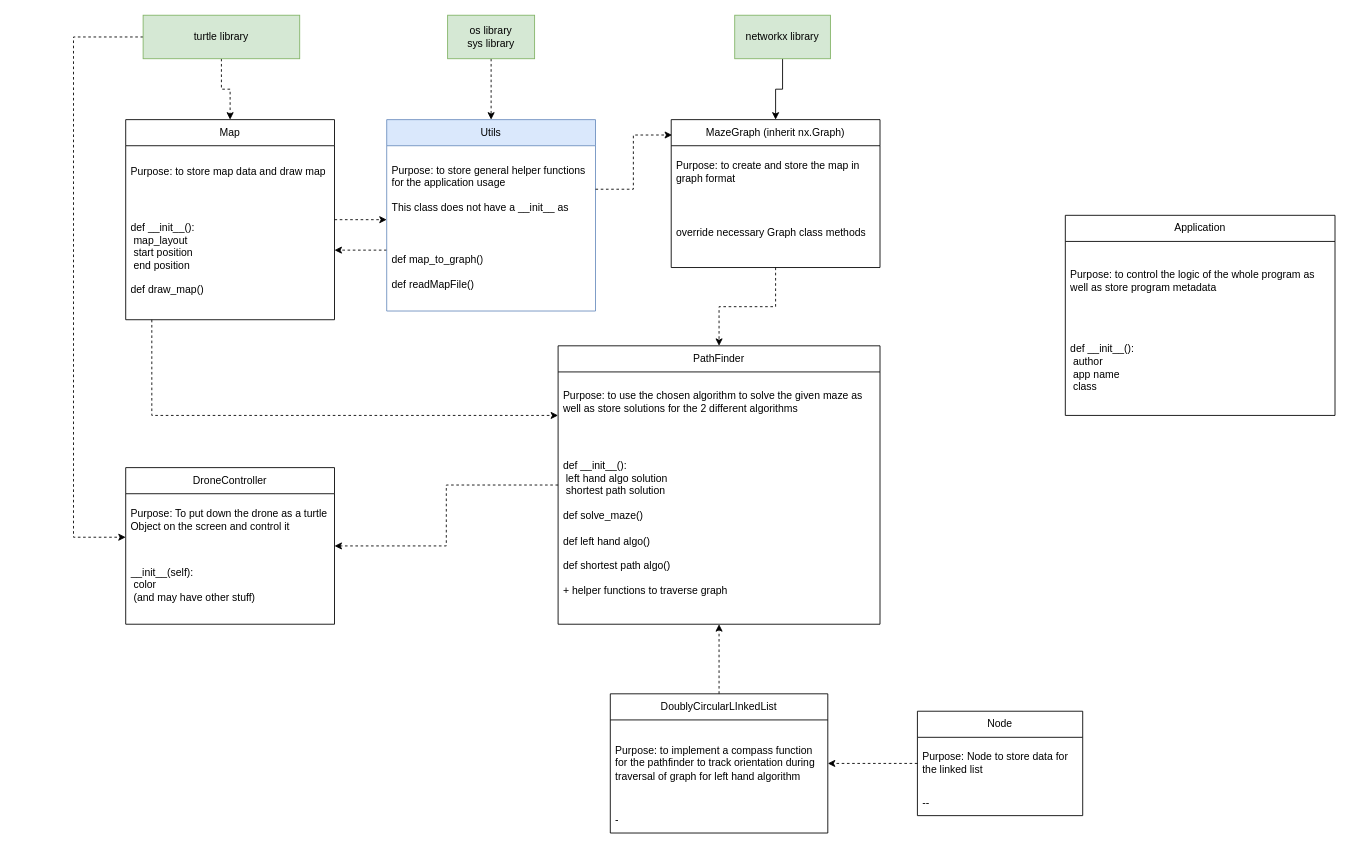
This is page "Class Design" (1 of 3) of diagrams/program_diagrams.drawio from junnjiee16/ST1507-DSAA-Maze-Solver, a draw.io file, before an edit. Source tidied: cells renumbered, new cells numbered last; positions are measured from the earlier drawing's top-left corner, leaving out a move shared by most shapes. Both pictures are drawn from the tidied source at 87%, with x=0, y=0 at pixel (73, 15).
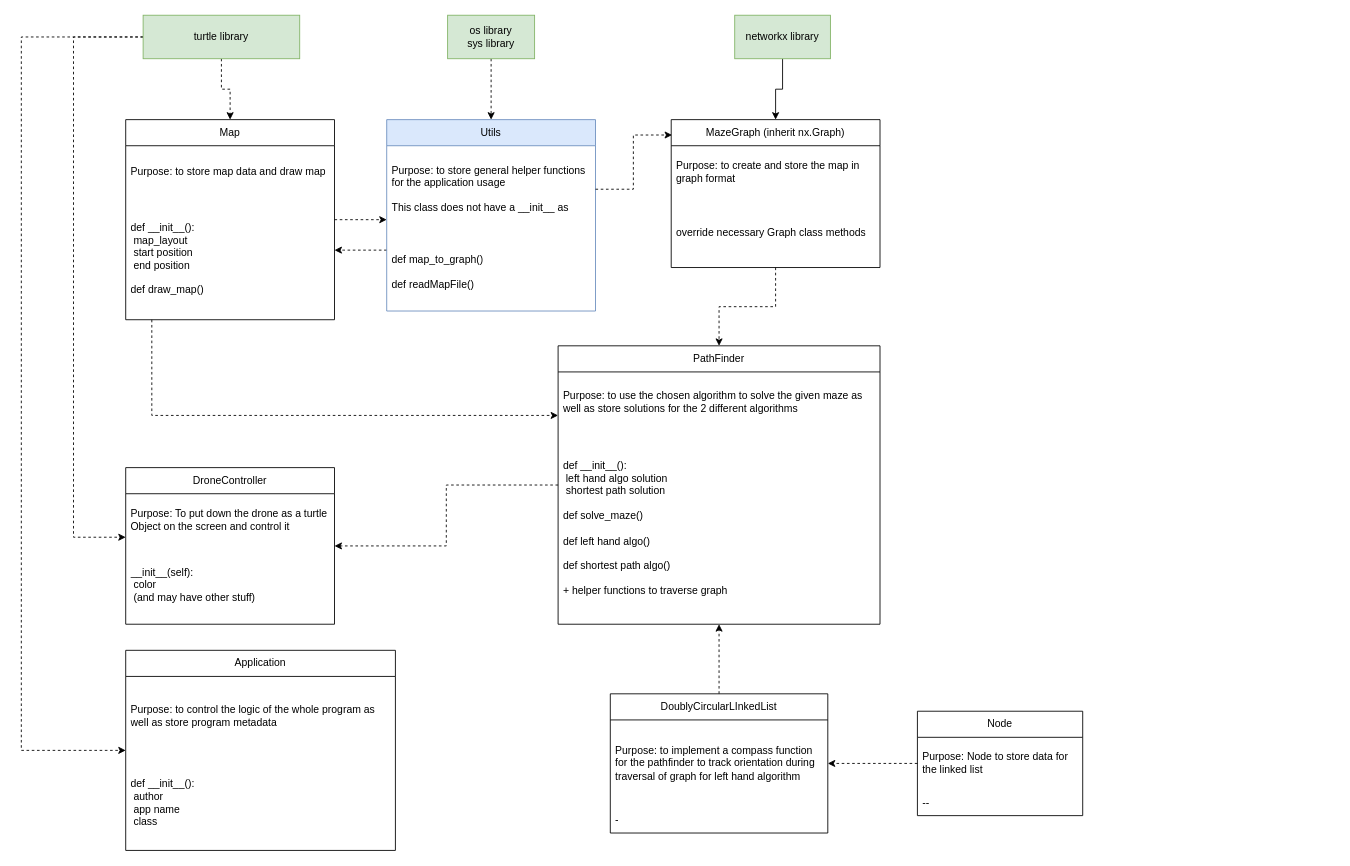
Above is the later version.

Unchanged cells that the change refers to:
```xml
<mxCell id="4" value="turtle library" style="rounded=0;whiteSpace=wrap;html=1;fillColor=#d5e8d4;strokeColor=#82b366;" parent="1" vertex="1">
  <mxGeometry x="80" width="180" height="50" as="geometry" />
</mxCell>
<mxCell id="5" value="DroneController" style="swimlane;fontStyle=0;horizontal=1;startSize=30;whiteSpace=wrap;html=1;" parent="1" vertex="1">
  <mxGeometry x="60" y="520" width="240" height="180" as="geometry" />
</mxCell>
```

What changed in the source:
```diff
@@
     <mxCell id="3" style="edgeStyle=orthogonalEdgeStyle;rounded=0;jettySize=auto;html=1;dashed=1;" parent="1" edge="1" source="4" target="5">
       <mxGeometry relative="1" as="geometry">
         <Array as="points">
+          <mxPoint y="25" />
           <mxPoint y="600" />
         </Array>
       </mxGeometry>
     </mxCell>
+    <mxCell id="41" style="edgeStyle=orthogonalEdgeStyle;rounded=0;jettySize=auto;html=1;dashed=1;" parent="1" edge="1" source="4" target="17">
+      <mxGeometry relative="1" as="geometry">
+        <Array as="points">
+          <mxPoint x="-60" y="25" />
+          <mxPoint x="-60" y="845" />
+        </Array>
+      </mxGeometry>
+    </mxCell>
@@
     <mxCell id="17" value="Application" style="swimlane;fontStyle=0;horizontal=1;startSize=30;whiteSpace=wrap;html=1;" parent="1" vertex="1">
-      <mxGeometry x="1140" y="230" width="310" height="230" as="geometry" />
+      <mxGeometry x="60" y="730" width="310" height="230" as="geometry" />
     </mxCell>
```
